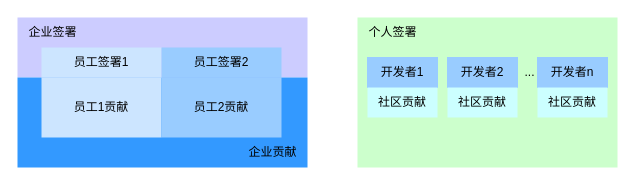
This is 签署形式.drawio from weijiang1994/draw-io, a draw.io file, before an edit. Source tidied: cells renumbered, new cells numbered last; positions are measured from the earlier drawing's top-left corner, leaving out a move shared by most shapes. Both pictures are drawn from the tidied source at 100%, with x=0, y=0 at pixel (17, 17).
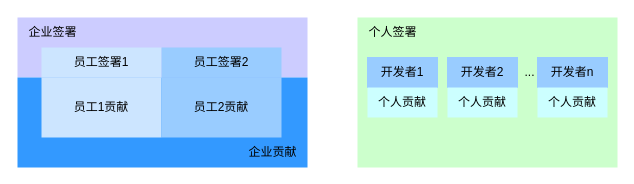
After the change.

Commit message:
更新签署形式.drawio

What changed in the source:
```diff
@@
 <mxGraphModel>
   <root>
     <mxCell id="0" />
     <mxCell id="1" parent="0" />
     <mxCell id="2" style="rounded=0;whiteSpace=wrap;html=1;fillColor=#CCCCFF;strokeColor=none;" parent="1" vertex="1">
       <mxGeometry width="290" height="60" as="geometry" />
     </mxCell>
     <mxCell id="3" style="rounded=0;whiteSpace=wrap;html=1;fillColor=#3399FF;strokeColor=none;" parent="1" vertex="1">
       <mxGeometry y="60" width="290" height="90" as="geometry" />
     </mxCell>
     <mxCell id="4" style="rounded=0;whiteSpace=wrap;html=1;strokeColor=none;fillColor=#CCFFCC;" parent="1" vertex="1">
       <mxGeometry x="340" width="260" height="150" as="geometry" />
     </mxCell>
     <mxCell id="5" style="group;" parent="1" vertex="1">
       <mxGeometry x="24" y="30" width="240" height="90" as="geometry" />
     </mxCell>
     <mxCell id="6" value="员工签署1" style="rounded=0;whiteSpace=wrap;html=1;fillColor=#CCE5FF;strokeColor=none;" parent="5" vertex="1">
       <mxGeometry width="120" height="30" as="geometry" />
     </mxCell>
     <mxCell id="7" value="员工签署2" style="rounded=0;whiteSpace=wrap;html=1;fillColor=#99CCFF;strokeColor=none;" parent="5" vertex="1">
       <mxGeometry x="120" width="120" height="30" as="geometry" />
     </mxCell>
     <mxCell id="8" value="员工1贡献" style="rounded=0;whiteSpace=wrap;html=1;fillColor=#CCE5FF;strokeColor=none;" parent="5" vertex="1">
       <mxGeometry y="30" width="120" height="60" as="geometry" />
     </mxCell>
     <mxCell id="9" value="员工2贡献" style="rounded=0;whiteSpace=wrap;html=1;fillColor=#99CCFF;strokeColor=none;" parent="5" vertex="1">
       <mxGeometry x="120" y="30" width="120" height="60" as="geometry" />
     </mxCell>
     <mxCell id="10" value="企业签署" style="text;html=1;align=center;verticalAlign=middle;strokeColor=none;fillColor=none;" parent="1" vertex="1">
       <mxGeometry width="70" height="30" as="geometry" />
     </mxCell>
     <mxCell id="11" value="企业贡献" style="text;html=1;align=center;verticalAlign=middle;strokeColor=none;fillColor=none;" parent="1" vertex="1">
       <mxGeometry x="220" y="120" width="70" height="30" as="geometry" />
     </mxCell>
     <mxCell id="12" value="个人签署" style="text;html=1;align=center;verticalAlign=middle;strokeColor=none;fillColor=none;" parent="1" vertex="1">
       <mxGeometry x="340" width="70" height="30" as="geometry" />
     </mxCell>
     <mxCell id="13" value="开发者1" style="rounded=0;whiteSpace=wrap;html=1;strokeColor=#99CCFF;fillColor=#99CCFF;" parent="1" vertex="1">
       <mxGeometry x="350" y="40" width="70" height="30" as="geometry" />
     </mxCell>
     <mxCell id="14" value="开发者2" style="rounded=0;whiteSpace=wrap;html=1;strokeColor=#99CCFF;fillColor=#99CCFF;" parent="1" vertex="1">
       <mxGeometry x="430" y="40" width="70" height="30" as="geometry" />
     </mxCell>
     <mxCell id="15" value="开发者n" style="rounded=0;whiteSpace=wrap;html=1;strokeColor=#99CCFF;fillColor=#99CCFF;" parent="1" vertex="1">
       <mxGeometry x="520" y="40" width="70" height="30" as="geometry" />
     </mxCell>
     <mxCell id="16" value="..." style="text;html=1;align=center;verticalAlign=middle;strokeColor=none;fillColor=none;" parent="1" vertex="1">
       <mxGeometry x="497" y="40" width="30" height="30" as="geometry" />
     </mxCell>
-    <mxCell id="17" value="社区贡献" style="rounded=0;whiteSpace=wrap;html=1;strokeColor=none;fillColor=#CCFFFF;" parent="1" vertex="1">
+    <mxCell id="17" value="个人贡献" style="rounded=0;whiteSpace=wrap;html=1;strokeColor=none;fillColor=#CCFFFF;" parent="1" vertex="1">
       <mxGeometry x="350" y="70" width="70" height="30" as="geometry" />
     </mxCell>
-    <mxCell id="18" value="社区贡献" style="rounded=0;whiteSpace=wrap;html=1;strokeColor=none;fillColor=#CCFFFF;" parent="1" vertex="1">
+    <mxCell id="18" value="个人贡献" style="rounded=0;whiteSpace=wrap;html=1;strokeColor=none;fillColor=#CCFFFF;" parent="1" vertex="1">
       <mxGeometry x="430" y="70" width="70" height="30" as="geometry" />
     </mxCell>
-    <mxCell id="19" value="社区贡献" style="rounded=0;whiteSpace=wrap;html=1;strokeColor=none;fillColor=#CCFFFF;" parent="1" vertex="1">
+    <mxCell id="19" value="个人贡献" style="rounded=0;whiteSpace=wrap;html=1;strokeColor=none;fillColor=#CCFFFF;" parent="1" vertex="1">
       <mxGeometry x="520" y="70" width="70" height="30" as="geometry" />
     </mxCell>
   </root>
 </mxGraphModel>
```
